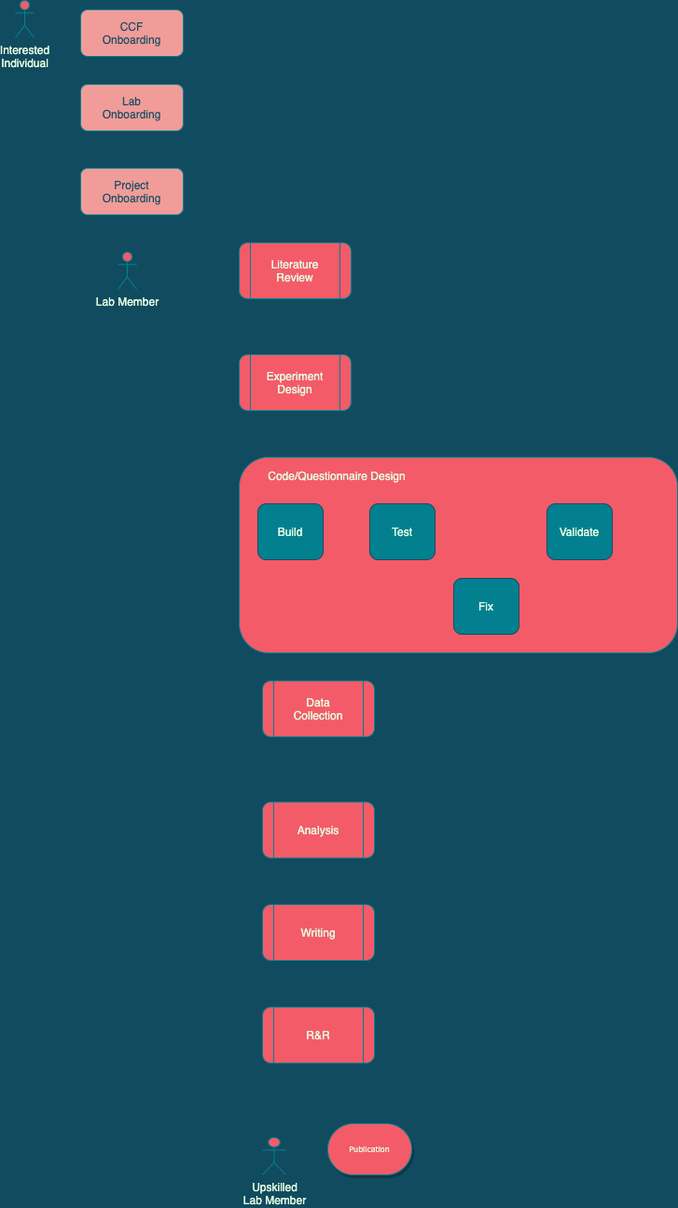
This is Untitled Diagram.png from jessb0t/marathons, a draw.io export, as it was before one commit. Source tidied: cells renumbered, new cells last; positions are measured from the earlier drawing's top-left corner, leaving out a move shared by most shapes.
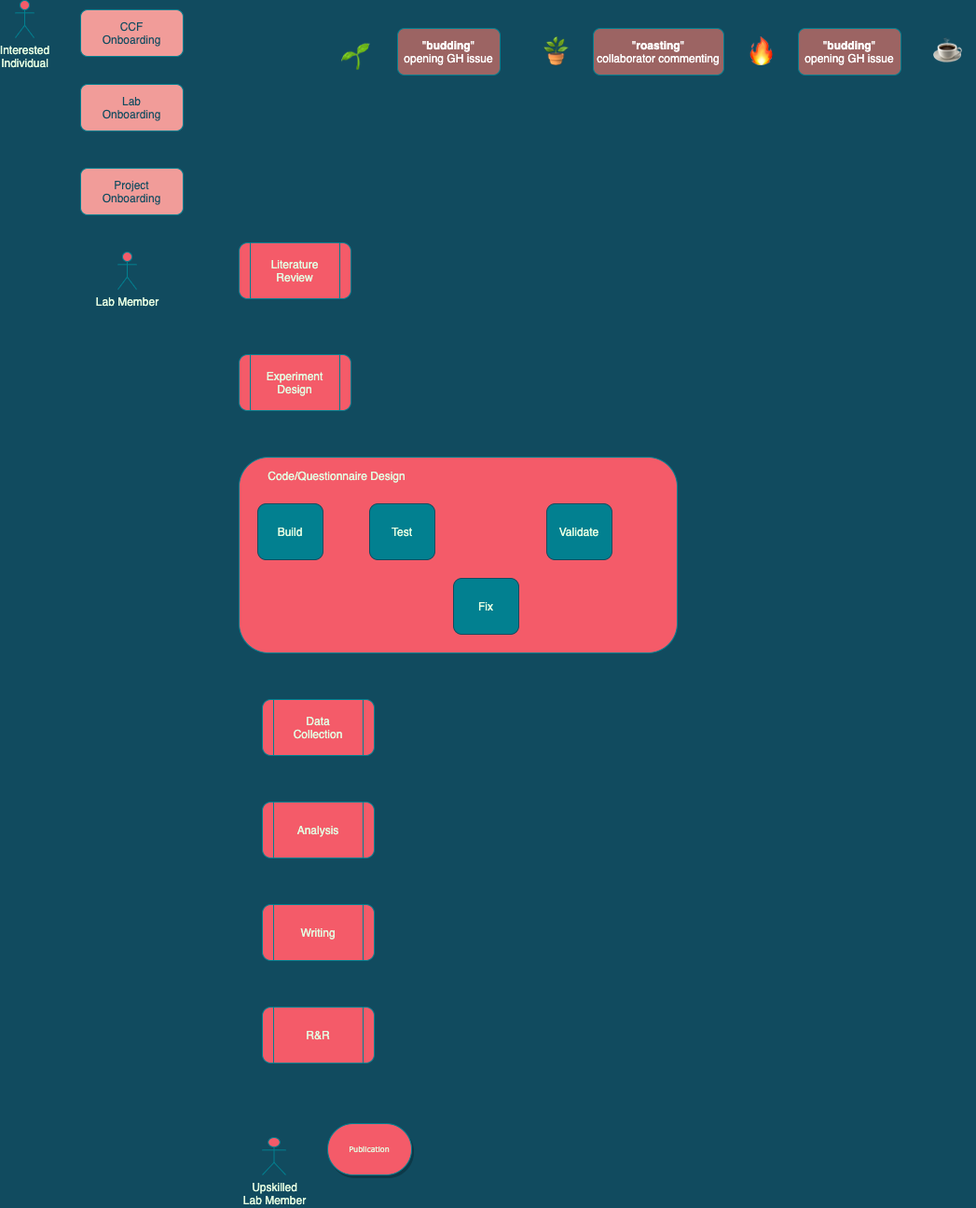
Later version of the same file.

Diff of the diagram source:
```diff
@@ -14,8 +14,8 @@
     <mxCell id="5" style="rounded=1;whiteSpace=wrap;html=1;sketch=0;fontColor=#E4FDE1;strokeColor=#028090;fillColor=#F45B69;" parent="1" vertex="1">
       <mxGeometry x="240" y="490" width="470" height="210" as="geometry" />
     </mxCell>
-    <mxCell id="6" value="Data&lt;br&gt;Collection" style="shape=process;whiteSpace=wrap;html=1;backgroundOutline=1;rounded=1;sketch=0;fontColor=#E4FDE1;strokeColor=#028090;fillColor=#F45B69;" parent="1" vertex="1">
-      <mxGeometry x="265" y="730" width="120" height="60" as="geometry" />
+    <mxCell id="6" value="Data&lt;br&gt;Collection" style="shape=process;whiteSpace=wrap;html=1;backgroundOutline=1;rounded=1;sketch=0;fontColor=#E4FDE1;strokeColor=#028090;fillColor=#F45B69;shadow=0;" parent="1" vertex="1">
+      <mxGeometry x="265" y="750" width="120" height="60" as="geometry" />
     </mxCell>
     <mxCell id="7" value="Analysis" style="shape=process;whiteSpace=wrap;html=1;backgroundOutline=1;rounded=1;sketch=0;fontColor=#E4FDE1;strokeColor=#028090;fillColor=#F45B69;shadow=0;" parent="1" vertex="1">
       <mxGeometry x="265" y="860" width="120" height="60" as="geometry" />
@@ -59,5 +59,26 @@
     <mxCell id="20" value="Interested&lt;br&gt;Individual" style="shape=umlActor;verticalLabelPosition=bottom;verticalAlign=top;html=1;rounded=0;shadow=0;sketch=0;fontColor=#E4FDE1;strokeColor=#028090;fillColor=#F45B69;" parent="1" vertex="1">
       <mxGeometry width="20" height="40" as="geometry" />
     </mxCell>
+    <mxCell id="21" value="🌱" style="rounded=0;whiteSpace=wrap;html=1;shadow=0;fillColor=none;fontSize=31;strokeColor=none;" parent="1" vertex="1">
+      <mxGeometry x="335" y="30" width="60" height="60" as="geometry" />
+    </mxCell>
+    <mxCell id="22" value="☕" style="text;whiteSpace=wrap;html=1;fontSize=31;align=center;" parent="1" vertex="1">
+      <mxGeometry x="970" y="30" width="60" height="50" as="geometry" />
+    </mxCell>
+    <mxCell id="23" value="🔥" style="text;whiteSpace=wrap;html=1;fontSize=31;align=center;" parent="1" vertex="1">
+      <mxGeometry x="770" y="30" width="60" height="50" as="geometry" />
+    </mxCell>
+    <mxCell id="24" value="🪴" style="text;whiteSpace=wrap;html=1;fontSize=31;align=center;" parent="1" vertex="1">
+      <mxGeometry x="550" y="30" width="60" height="50" as="geometry" />
+    </mxCell>
+    <mxCell id="25" value="&quot;&lt;b&gt;budding&lt;/b&gt;&quot;&lt;br&gt;opening GH issue" style="rounded=1;whiteSpace=wrap;html=1;sketch=0;strokeColor=#028090;gradientColor=none;fillColor=#9C6463;fontColor=#FFFFFF;" parent="1" vertex="1">
+      <mxGeometry x="410" y="30" width="110" height="50" as="geometry" />
+    </mxCell>
+    <mxCell id="26" value="&quot;&lt;b&gt;roasting&lt;/b&gt;&quot;&lt;br&gt;collaborator commenting" style="rounded=1;whiteSpace=wrap;html=1;sketch=0;strokeColor=#028090;gradientColor=none;fillColor=#9C6463;fontColor=#FFFFFF;" parent="1" vertex="1">
+      <mxGeometry x="620" y="30" width="140" height="50" as="geometry" />
+    </mxCell>
+    <mxCell id="27" value="&quot;&lt;b&gt;budding&lt;/b&gt;&quot;&lt;br&gt;opening GH issue" style="rounded=1;whiteSpace=wrap;html=1;sketch=0;strokeColor=#028090;gradientColor=none;fillColor=#9C6463;fontColor=#FFFFFF;" parent="1" vertex="1">
+      <mxGeometry x="840" y="30" width="110" height="50" as="geometry" />
+    </mxCell>
   </root>
 </mxGraphModel>
```
